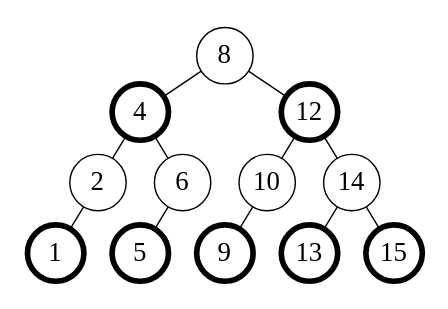
This is 6/6-12.drawio from Wankupi/figures, a draw.io file, before an edit. Source tidied: cells renumbered, new cells numbered last; positions are measured from the earlier drawing's top-left corner, leaving out a move shared by most shapes. Both pictures are drawn from the tidied source at 141%, with x=0, y=0 at pixel (27, 27).
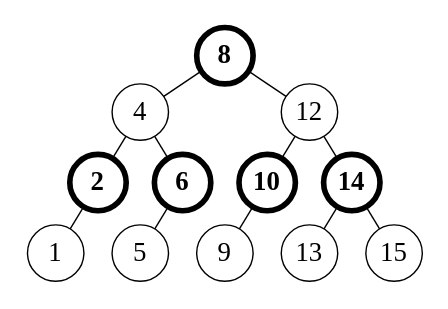
Above is the later version.

The edit, as a diff of the source:
```diff
@@
-    <mxCell id="2" value="8" style="ellipse;whiteSpace=wrap;html=1;fontFamily=Times New Roman;fontSize=19;" parent="1" vertex="1">
+    <mxCell id="2" value="8" style="ellipse;whiteSpace=wrap;html=1;fontFamily=Times New Roman;fontSize=19;fontStyle=1;strokeWidth=4;" parent="1" vertex="1">
       <mxGeometry x="120" width="40" height="40" as="geometry" />
     </mxCell>
-    <mxCell id="3" value="4" style="ellipse;whiteSpace=wrap;html=1;fontFamily=Times New Roman;fontSize=19;strokeWidth=4;" parent="1" vertex="1">
+    <mxCell id="3" value="4" style="ellipse;whiteSpace=wrap;html=1;fontFamily=Times New Roman;fontSize=19;strokeWidth=1;fontStyle=0;" parent="1" vertex="1">
       <mxGeometry x="60" y="40" width="40" height="40" as="geometry" />
     </mxCell>
@@
-    <mxCell id="5" value="2" style="ellipse;whiteSpace=wrap;html=1;fontFamily=Times New Roman;fontSize=19;" parent="1" vertex="1">
+    <mxCell id="5" value="2" style="ellipse;whiteSpace=wrap;html=1;fontFamily=Times New Roman;fontSize=19;strokeWidth=4;fontStyle=1;" parent="1" vertex="1">
       <mxGeometry x="30" y="90" width="40" height="40" as="geometry" />
     </mxCell>
@@
-    <mxCell id="8" value="6" style="ellipse;whiteSpace=wrap;html=1;fontFamily=Times New Roman;fontSize=19;" parent="1" vertex="1">
+    <mxCell id="8" value="6" style="ellipse;whiteSpace=wrap;html=1;fontFamily=Times New Roman;fontSize=19;strokeWidth=4;fontStyle=1;" parent="1" vertex="1">
       <mxGeometry x="90" y="90" width="40" height="40" as="geometry" />
     </mxCell>
@@
-    <mxCell id="10" value="12" style="ellipse;whiteSpace=wrap;html=1;fontFamily=Times New Roman;fontSize=19;strokeWidth=4;" parent="1" vertex="1">
+    <mxCell id="10" value="12" style="ellipse;whiteSpace=wrap;html=1;fontFamily=Times New Roman;fontSize=19;strokeWidth=1;fontStyle=0;" parent="1" vertex="1">
       <mxGeometry x="180" y="40" width="40" height="40" as="geometry" />
     </mxCell>
@@
-    <mxCell id="12" value="9" style="ellipse;whiteSpace=wrap;html=1;fontFamily=Times New Roman;fontSize=19;strokeWidth=4;" parent="1" vertex="1">
+    <mxCell id="12" value="9" style="ellipse;whiteSpace=wrap;html=1;fontFamily=Times New Roman;fontSize=19;strokeWidth=1;fontStyle=0;" parent="1" vertex="1">
       <mxGeometry x="120" y="140" width="40" height="40" as="geometry" />
     </mxCell>
-    <mxCell id="13" value="13" style="ellipse;whiteSpace=wrap;html=1;fontFamily=Times New Roman;fontSize=19;strokeWidth=4;" parent="1" vertex="1">
+    <mxCell id="13" value="13" style="ellipse;whiteSpace=wrap;html=1;fontFamily=Times New Roman;fontSize=19;strokeWidth=1;fontStyle=0;" parent="1" vertex="1">
       <mxGeometry x="180" y="140" width="40" height="40" as="geometry" />
     </mxCell>
-    <mxCell id="14" value="15" style="ellipse;whiteSpace=wrap;html=1;fontFamily=Times New Roman;fontSize=19;strokeWidth=4;" parent="1" vertex="1">
+    <mxCell id="14" value="15" style="ellipse;whiteSpace=wrap;html=1;fontFamily=Times New Roman;fontSize=19;strokeWidth=1;fontStyle=0;" parent="1" vertex="1">
       <mxGeometry x="240" y="140" width="40" height="40" as="geometry" />
     </mxCell>
@@
-    <mxCell id="16" value="10" style="ellipse;whiteSpace=wrap;html=1;fontFamily=Times New Roman;fontSize=19;strokeWidth=1;fillStyle=auto;fillColor=#FFFFFF;" parent="1" vertex="1">
+    <mxCell id="16" value="10" style="ellipse;whiteSpace=wrap;html=1;fontFamily=Times New Roman;fontSize=19;strokeWidth=4;fillStyle=auto;fillColor=#FFFFFF;fontStyle=1;" parent="1" vertex="1">
       <mxGeometry x="150" y="90" width="40" height="40" as="geometry" />
     </mxCell>
@@
-    <mxCell id="20" value="14" style="ellipse;whiteSpace=wrap;html=1;fontFamily=Times New Roman;fontSize=19;strokeWidth=1;fillStyle=auto;fillColor=#FFFFFF;" parent="1" vertex="1">
+    <mxCell id="20" value="14" style="ellipse;whiteSpace=wrap;html=1;fontFamily=Times New Roman;fontSize=19;strokeWidth=4;fillStyle=auto;fillColor=#FFFFFF;fontStyle=1;" parent="1" vertex="1">
       <mxGeometry x="210" y="90" width="40" height="40" as="geometry" />
     </mxCell>
@@
-    <mxCell id="22" value="1" style="ellipse;whiteSpace=wrap;html=1;fontFamily=Times New Roman;fontSize=19;strokeWidth=4;fillStyle=auto;fillColor=#FFFFFF;" parent="1" vertex="1">
+    <mxCell id="22" value="1" style="ellipse;whiteSpace=wrap;html=1;fontFamily=Times New Roman;fontSize=19;strokeWidth=1;fillStyle=auto;fillColor=#FFFFFF;fontStyle=0;" parent="1" vertex="1">
       <mxGeometry y="140" width="40" height="40" as="geometry" />
     </mxCell>
@@
-    <mxCell id="24" value="5" style="ellipse;whiteSpace=wrap;html=1;fontFamily=Times New Roman;fontSize=19;strokeWidth=4;fillStyle=auto;fillColor=#FFFFFF;" parent="1" vertex="1">
+    <mxCell id="24" value="5" style="ellipse;whiteSpace=wrap;html=1;fontFamily=Times New Roman;fontSize=19;strokeWidth=1;fillStyle=auto;fillColor=#FFFFFF;fontStyle=0;" parent="1" vertex="1">
       <mxGeometry x="60" y="140" width="40" height="40" as="geometry" />
     </mxCell>
```
